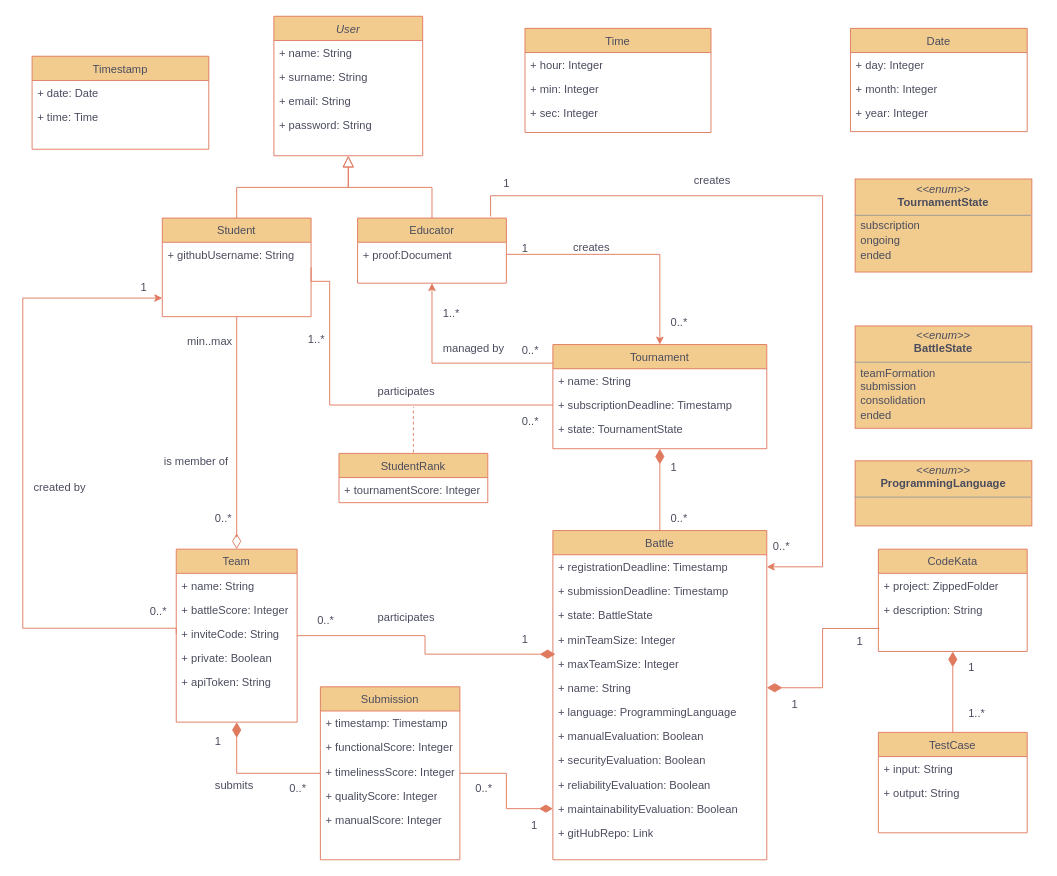
Above: RASD/Diagrams/uml.drawio in TommasoCapacci/SEII-2024-Capacci-Ginestroni (draw.io), before the change. Source tidied: cells renumbered, new cells numbered last; positions are measured from the earlier drawing's top-left corner, leaving out a move shared by most shapes. Both pictures are drawn from the tidied source at 93%, with x=0, y=0 at pixel (22, 16).
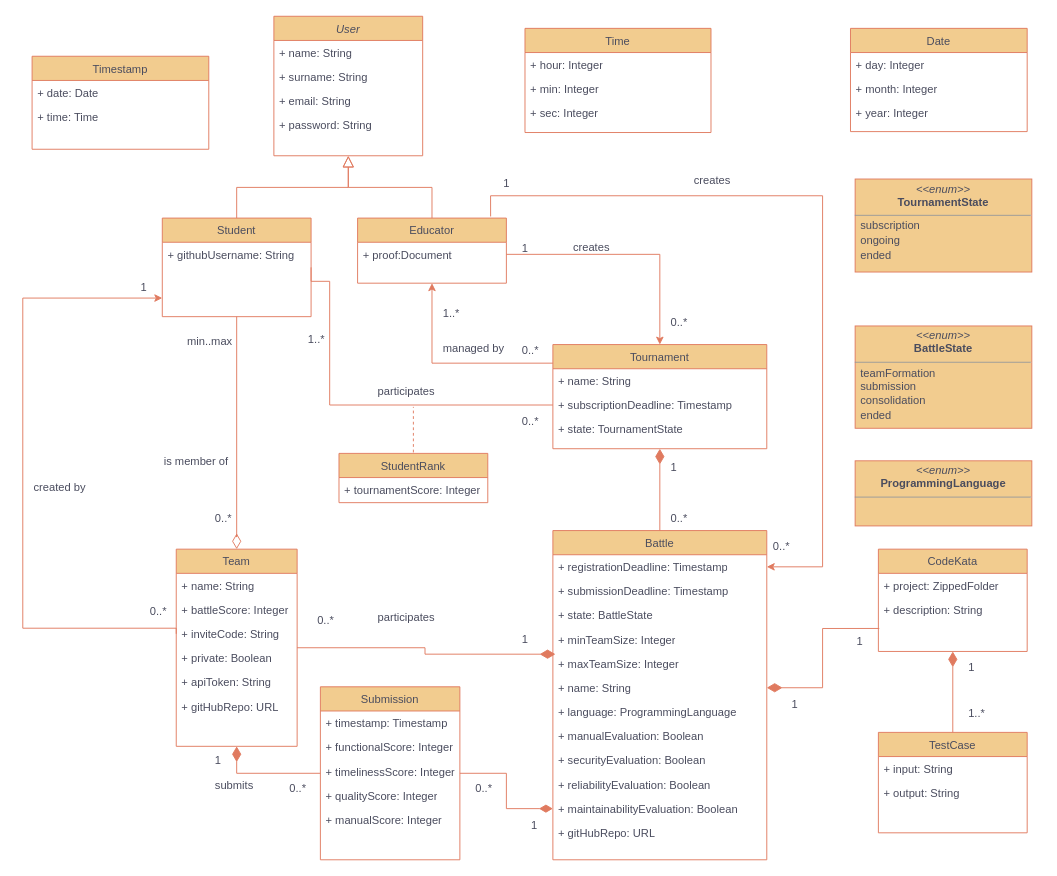
The same diagram, later.

Commit message (it also covers changes not shown here):
added github repo url to team in UML

Unchanged cells that the change refers to:
```xml
<mxCell id="21" value="Battle" style="swimlane;fontStyle=0;align=center;verticalAlign=top;horizontal=1;startSize=26;rounded=0;shadow=0;strokeWidth=1;labelBackgroundColor=none;fillColor=#F2CC8F;strokeColor=#E07A5F;fontColor=#4a4c5e;whiteSpace=wrap;" parent="1" vertex="1">
  <mxGeometry x="570" y="553" width="230" height="354" as="geometry" />
</mxCell>
```

The edit, as a diff of the source:
```diff
@@
-    <mxCell id="33" value="+ gitHubRepo: Link" style="text;align=left;verticalAlign=top;spacingLeft=4;spacingRight=4;overflow=hidden;rounded=0;shadow=0;html=0;labelBackgroundColor=none;fontColor=#4a4c5e;whiteSpace=wrap;" parent="21" vertex="1">
+    <mxCell id="33" value="+ gitHubRepo: URL" style="text;align=left;verticalAlign=top;spacingLeft=4;spacingRight=4;overflow=hidden;rounded=0;shadow=0;html=0;labelBackgroundColor=none;fontColor=#4a4c5e;whiteSpace=wrap;" parent="21" vertex="1">
       <mxGeometry y="312" width="230" height="26" as="geometry" />
     </mxCell>
@@
     <mxCell id="39" value="Team" style="swimlane;fontStyle=0;align=center;verticalAlign=top;horizontal=1;startSize=26;rounded=0;shadow=0;strokeWidth=1;labelBackgroundColor=none;fillColor=#F2CC8F;strokeColor=#E07A5F;fontColor=#4a4c5e;whiteSpace=wrap;" parent="1" vertex="1">
-      <mxGeometry x="165" y="573" width="130" height="186" as="geometry" />
+      <mxGeometry x="165" y="573" width="130" height="212" as="geometry" />
     </mxCell>
@@
+    <mxCell id="120" value="+ gitHubRepo: URL" style="text;align=left;verticalAlign=top;spacingLeft=4;spacingRight=4;overflow=hidden;rounded=0;shadow=0;html=0;labelBackgroundColor=none;fontColor=#4a4c5e;whiteSpace=wrap;" parent="39" vertex="1">
+      <mxGeometry y="156" width="130" height="26" as="geometry" />
+    </mxCell>
     <mxCell id="45" value="&lt;div style=&quot;text-align: left;&quot;&gt;&lt;br&gt;&lt;/div&gt;" style="text;html=1;align=center;verticalAlign=middle;strokeColor=none;fillColor=none;labelBackgroundColor=none;rounded=0;fontColor=#4a4c5e;" parent="39" vertex="1">
-      <mxGeometry y="156" width="130" height="30" as="geometry" />
+      <mxGeometry y="182" width="130" height="30" as="geometry" />
     </mxCell>
@@
     <mxCell id="109" value="1" style="align=left;verticalAlign=bottom;labelBackgroundColor=none;fontSize=12;rounded=0;fillColor=#F2CC8F;strokeColor=#E07A5F;fontColor=#4a4c5e;" parent="1" vertex="1">
-      <mxGeometry x="180" y="773" as="geometry">
+      <mxGeometry x="180" y="793" as="geometry">
         <mxPoint x="25" y="15" as="offset" />
       </mxGeometry>
     </mxCell>
```
